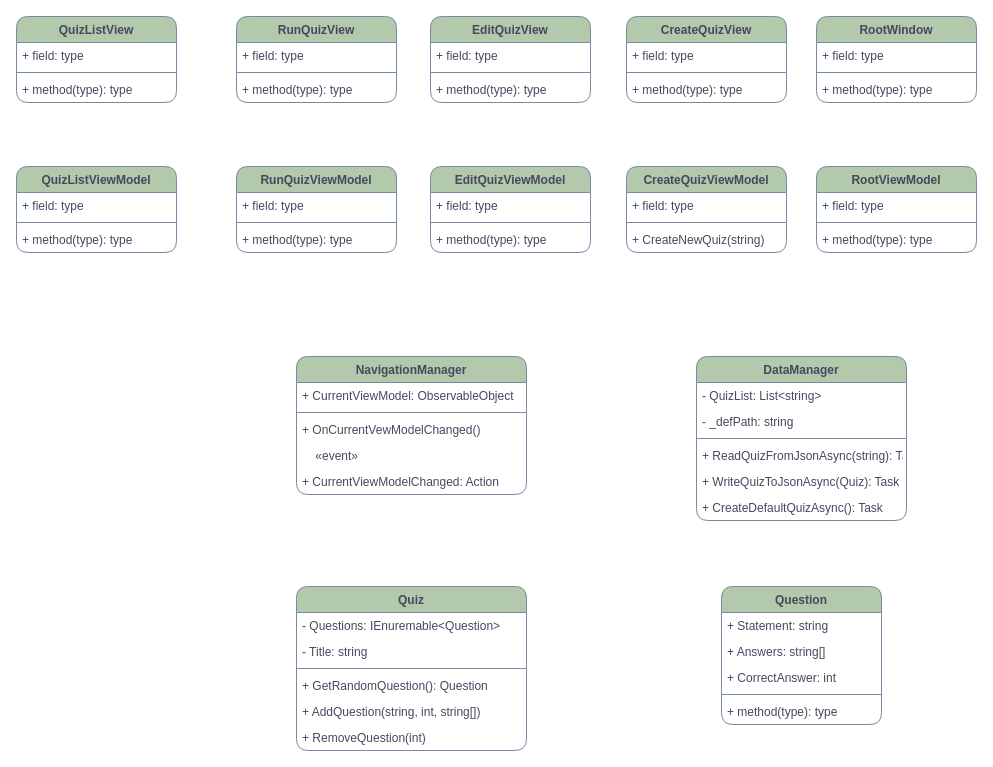
Earlier version of the draw.io diagram Labb 3.drawio (pinkros/Exercises). Source tidied: cells renumbered, new cells numbered last; positions are measured from the earlier drawing's top-left corner, leaving out a move shared by most shapes. Both pictures are drawn from the tidied source at 100%, with x=0, y=0 at pixel (16, 16).
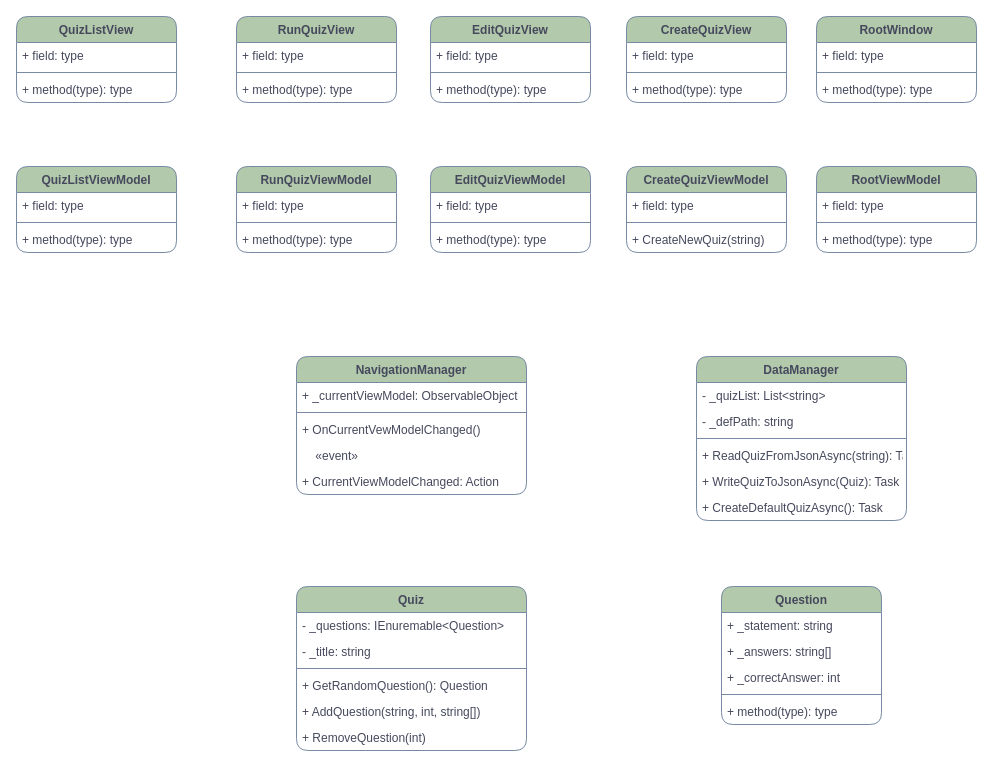
The same page after the edit.

Unchanged cells that the change refers to:
```xml
<mxCell id="26" value="Quiz" style="swimlane;fontStyle=1;align=center;verticalAlign=top;horizontal=1;startSize=26;rounded=1;fillColor=#B2C9AB;strokeColor=#788AA3;fontColor=#46495D;" parent="1" vertex="1">
  <mxGeometry x="280" y="570" width="230" height="164" as="geometry" />
</mxCell>
<mxCell id="33" value="Question" style="swimlane;fontStyle=1;align=center;verticalAlign=top;horizontal=1;startSize=26;rounded=1;fillColor=#B2C9AB;strokeColor=#788AA3;fontColor=#46495D;" parent="1" vertex="1">
  <mxGeometry x="705" y="570" width="160" height="138" as="geometry" />
</mxCell>
<mxCell id="39" value="NavigationManager" style="swimlane;fontStyle=1;align=center;verticalAlign=top;horizontal=1;startSize=26;rounded=1;fillColor=#B2C9AB;strokeColor=#788AA3;fontColor=#46495D;" parent="1" vertex="1">
  <mxGeometry x="280" y="340" width="230" height="138" as="geometry" />
</mxCell>
<mxCell id="45" value="DataManager" style="swimlane;fontStyle=1;align=center;verticalAlign=top;horizontal=1;startSize=26;rounded=1;fillColor=#B2C9AB;strokeColor=#788AA3;fontColor=#46495D;" parent="1" vertex="1">
  <mxGeometry x="680" y="340" width="210" height="164" as="geometry" />
</mxCell>
```

Diff of the diagram source:
```diff
@@
-    <mxCell id="27" value="- Questions: IEnuremable&lt;Question&gt;    " style="text;strokeColor=none;fillColor=none;align=left;verticalAlign=top;spacingLeft=4;spacingRight=4;overflow=hidden;rounded=1;fontColor=#46495D;" parent="26" vertex="1">
+    <mxCell id="27" value="- _questions: IEnuremable&lt;Question&gt;    " style="text;strokeColor=none;fillColor=none;align=left;verticalAlign=top;spacingLeft=4;spacingRight=4;overflow=hidden;rounded=1;fontColor=#46495D;" parent="26" vertex="1">
       <mxGeometry y="26" width="230" height="26" as="geometry" />
     </mxCell>
-    <mxCell id="28" value="- Title: string" style="text;strokeColor=none;fillColor=none;align=left;verticalAlign=top;spacingLeft=4;spacingRight=4;overflow=hidden;rounded=1;fontColor=#46495D;" parent="26" vertex="1">
+    <mxCell id="28" value="- _title: string" style="text;strokeColor=none;fillColor=none;align=left;verticalAlign=top;spacingLeft=4;spacingRight=4;overflow=hidden;rounded=1;fontColor=#46495D;" parent="26" vertex="1">
       <mxGeometry y="52" width="230" height="26" as="geometry" />
     </mxCell>
@@
-    <mxCell id="34" value="+ Statement: string" style="text;strokeColor=none;fillColor=none;align=left;verticalAlign=top;spacingLeft=4;spacingRight=4;overflow=hidden;rounded=1;fontColor=#46495D;" parent="33" vertex="1">
+    <mxCell id="34" value="+ _statement: string" style="text;strokeColor=none;fillColor=none;align=left;verticalAlign=top;spacingLeft=4;spacingRight=4;overflow=hidden;rounded=1;fontColor=#46495D;" parent="33" vertex="1">
       <mxGeometry y="26" width="160" height="26" as="geometry" />
     </mxCell>
-    <mxCell id="35" value="+ Answers: string[]    " style="text;strokeColor=none;fillColor=none;align=left;verticalAlign=top;spacingLeft=4;spacingRight=4;overflow=hidden;rounded=1;fontColor=#46495D;" parent="33" vertex="1">
+    <mxCell id="35" value="+ _answers: string[]    " style="text;strokeColor=none;fillColor=none;align=left;verticalAlign=top;spacingLeft=4;spacingRight=4;overflow=hidden;rounded=1;fontColor=#46495D;" parent="33" vertex="1">
       <mxGeometry y="52" width="160" height="26" as="geometry" />
     </mxCell>
-    <mxCell id="36" value="+ CorrectAnswer: int" style="text;strokeColor=none;fillColor=none;align=left;verticalAlign=top;spacingLeft=4;spacingRight=4;overflow=hidden;rounded=1;fontColor=#46495D;" parent="33" vertex="1">
+    <mxCell id="36" value="+ _correctAnswer: int" style="text;strokeColor=none;fillColor=none;align=left;verticalAlign=top;spacingLeft=4;spacingRight=4;overflow=hidden;rounded=1;fontColor=#46495D;" parent="33" vertex="1">
       <mxGeometry y="78" width="160" height="26" as="geometry" />
     </mxCell>
@@
-    <mxCell id="40" value="+ CurrentViewModel: ObservableObject" style="text;strokeColor=none;fillColor=none;align=left;verticalAlign=top;spacingLeft=4;spacingRight=4;overflow=hidden;rounded=1;fontColor=#46495D;" parent="39" vertex="1">
+    <mxCell id="40" value="+ _currentViewModel: ObservableObject" style="text;strokeColor=none;fillColor=none;align=left;verticalAlign=top;spacingLeft=4;spacingRight=4;overflow=hidden;rounded=1;fontColor=#46495D;" parent="39" vertex="1">
       <mxGeometry y="26" width="230" height="26" as="geometry" />
     </mxCell>
@@
-    <mxCell id="46" value="- QuizList: List&lt;string&gt;    " style="text;strokeColor=none;fillColor=none;align=left;verticalAlign=top;spacingLeft=4;spacingRight=4;overflow=hidden;rounded=1;fontColor=#46495D;" parent="45" vertex="1">
+    <mxCell id="46" value="- _quizList: List&lt;string&gt;    " style="text;strokeColor=none;fillColor=none;align=left;verticalAlign=top;spacingLeft=4;spacingRight=4;overflow=hidden;rounded=1;fontColor=#46495D;" parent="45" vertex="1">
       <mxGeometry y="26" width="210" height="26" as="geometry" />
     </mxCell>
```
